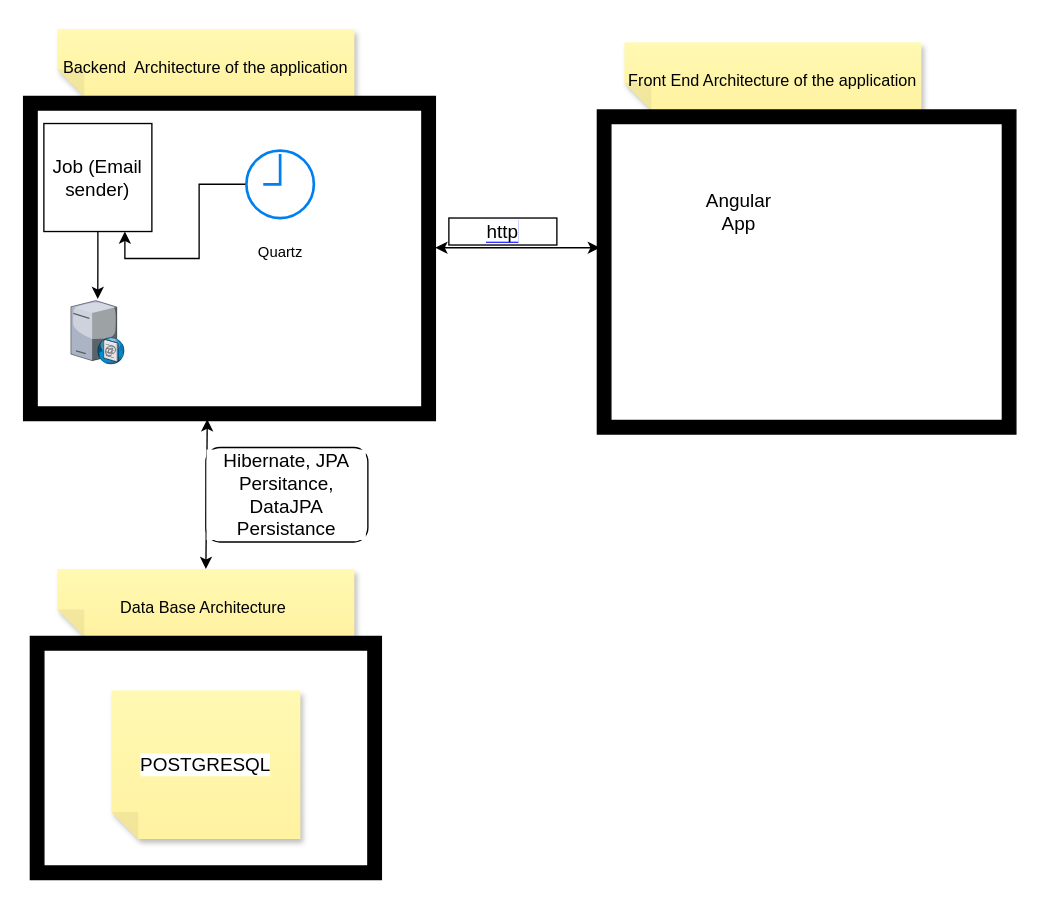
The draw.io diagram Untitled Diagram.drawio in ub-techn/AutomaticEmailSender, before the edit. Source tidied: cells renumbered, new cells numbered last; positions are measured from the earlier drawing's top-left corner, leaving out a move shared by most shapes. Both pictures are drawn from the tidied source at 135%, with x=0, y=0 at pixel (23, 28).
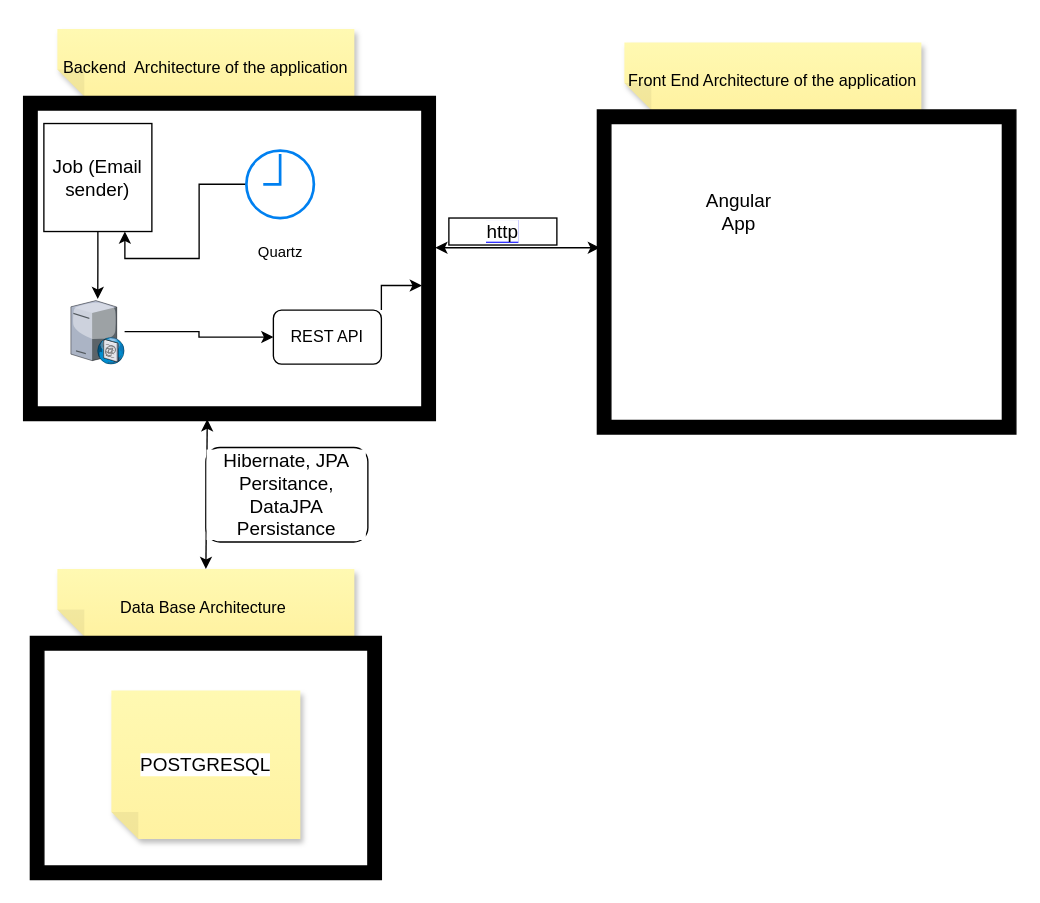
The same diagram, later.

Commit message:
sneak peek -- architecture of the application

Unchanged cells that the change refers to:
```xml
<mxCell id="6" style="verticalLabelPosition=bottom;sketch=0;html=1;verticalAlign=top;strokeColor=none;align=center;outlineConnect=0;shape=mxgraph.citrix.smtp_server;fontSize=24;" parent="1" vertex="1">
  <mxGeometry x="35" y="200" width="39.8" height="48.2" as="geometry" />
</mxCell>
```

What changed in the source:
```diff
@@
+    <mxCell id="19" style="edgeStyle=orthogonalEdgeStyle;rounded=0;jettySize=auto;html=1;" parent="1" edge="1" source="6" target="21">
+      <mxGeometry relative="1" as="geometry" />
+    </mxCell>
@@
+    <mxCell id="20" style="edgeStyle=orthogonalEdgeStyle;rounded=0;jettySize=auto;html=1;exitX=1;exitY=0;exitDx=0;exitDy=0;" parent="1" edge="1" source="21">
+      <mxGeometry relative="1" as="geometry">
+        <mxPoint x="295" y="190" as="targetPoint" />
+        <Array as="points">
+          <mxPoint x="265" y="190" />
+        </Array>
+      </mxGeometry>
+    </mxCell>
+    <mxCell id="21" value="REST API" style="rounded=1;whiteSpace=wrap;html=1;" parent="1" vertex="1">
+      <mxGeometry x="185" y="208.2" width="80" height="40" as="geometry" />
+    </mxCell>
```
